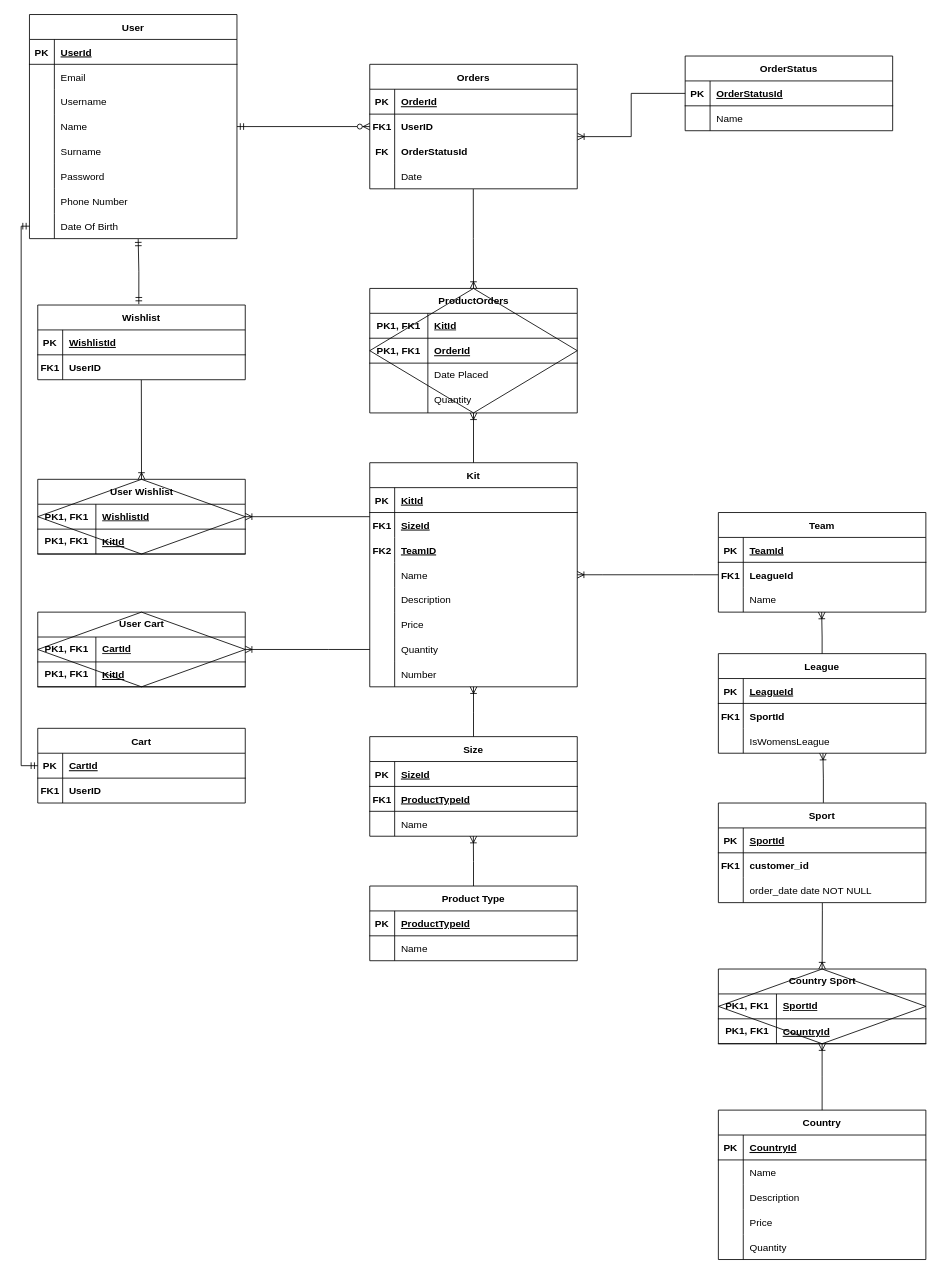
Before: Docs/vintagekitmanERD.drawio in cssedi/vintage-kitman.app, a draw.io diagram. Source tidied: cells renumbered, new cells numbered last; positions are measured from the earlier drawing's top-left corner, leaving out a move shared by most shapes. Both pictures are drawn from the tidied source at 83%, with x=0, y=0 at pixel (29, 14).
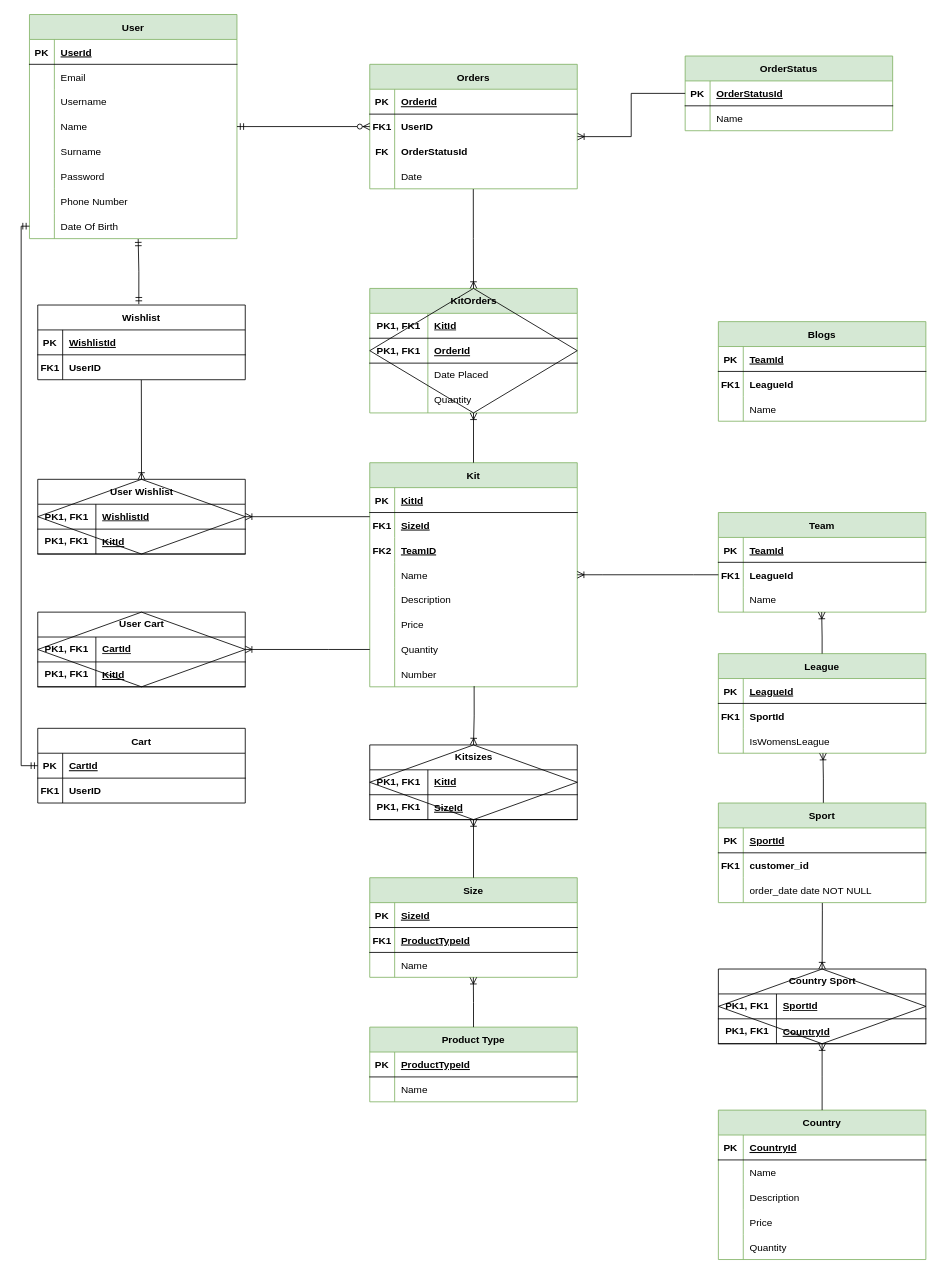
The same page after the edit.

Unchanged cells that the change refers to:
```xml
<mxCell id="62" style="shape=partialRectangle;fillColor=none;points=[[0,0.5],[1,0.5]];portConstraint=eastwest;top=0;left=0;right=0;bottom=0;" parent="40" vertex="1">
  <mxGeometry y="240" width="250" height="30" as="geometry" />
</mxCell>
```

Change to the diagram source:
```diff
@@
-    <mxCell id="2" value="Orders" style="shape=table;startSize=30;childLayout=tableLayout;rowLines=0;fontStyle=1;align=center;" parent="1" vertex="1">
+    <mxCell id="2" value="Orders" style="shape=table;startSize=30;childLayout=tableLayout;rowLines=0;fontStyle=1;align=center;fillColor=#d5e8d4;strokeColor=#82b366;" parent="1" vertex="1">
       <mxGeometry x="410" y="60" width="250" height="150" as="geometry" />
     </mxCell>
@@
-    <mxCell id="15" value="User" style="shape=table;startSize=30;childLayout=tableLayout;rowLines=0;fontStyle=1;align=center;" parent="1" vertex="1">
+    <mxCell id="15" value="User" style="shape=table;startSize=30;childLayout=tableLayout;rowLines=0;fontStyle=1;align=center;fillColor=#d5e8d4;strokeColor=#82b366;" parent="1" vertex="1">
       <mxGeometry width="250" height="270" as="geometry" />
     </mxCell>
@@
-    <mxCell id="40" value="Kit" style="shape=table;startSize=30;childLayout=tableLayout;rowLines=0;fontStyle=1;align=center;" parent="1" vertex="1">
+    <mxCell id="40" value="Kit" style="shape=table;startSize=30;childLayout=tableLayout;rowLines=0;fontStyle=1;align=center;fillColor=#d5e8d4;strokeColor=#82b366;" parent="1" vertex="1">
       <mxGeometry x="410" y="540" width="250" height="270" as="geometry" />
     </mxCell>
@@
-    <mxCell id="65" value="ProductOrders" style="shape=table;startSize=30;childLayout=tableLayout;rowLines=0;fontStyle=1;align=center;html=1;" parent="1" vertex="1">
+    <mxCell id="65" value="KitOrders" style="shape=table;startSize=30;childLayout=tableLayout;rowLines=0;fontStyle=1;align=center;html=1;fillColor=#d5e8d4;strokeColor=#82b366;" parent="1" vertex="1">
       <mxGeometry x="410" y="330" width="250" height="150" as="geometry" />
     </mxCell>
@@
-    <mxCell id="81" value="Sport" style="shape=table;startSize=30;childLayout=tableLayout;rowLines=0;fontStyle=1;align=center;" parent="1" vertex="1">
+    <mxCell id="81" value="Sport" style="shape=table;startSize=30;childLayout=tableLayout;rowLines=0;fontStyle=1;align=center;fillColor=#d5e8d4;strokeColor=#82b366;" parent="1" vertex="1">
       <mxGeometry x="830" y="950" width="250" height="120" as="geometry" />
     </mxCell>
@@
-    <mxCell id="91" value="Country" style="shape=table;startSize=30;childLayout=tableLayout;rowLines=0;fontStyle=1;align=center;" parent="1" vertex="1">
+    <mxCell id="91" value="Country" style="shape=table;startSize=30;childLayout=tableLayout;rowLines=0;fontStyle=1;align=center;fillColor=#d5e8d4;strokeColor=#82b366;" parent="1" vertex="1">
       <mxGeometry x="830" y="1320" width="250" height="180" as="geometry" />
     </mxCell>
@@
-    <mxCell id="117" value="League" style="shape=table;startSize=30;childLayout=tableLayout;rowLines=0;fontStyle=1;align=center;" parent="1" vertex="1">
+    <mxCell id="117" value="League" style="shape=table;startSize=30;childLayout=tableLayout;rowLines=0;fontStyle=1;align=center;fillColor=#d5e8d4;strokeColor=#82b366;" parent="1" vertex="1">
       <mxGeometry x="830" y="770" width="250" height="120" as="geometry" />
     </mxCell>
@@
-    <mxCell id="128" value="Team" style="shape=table;startSize=30;childLayout=tableLayout;rowLines=0;fontStyle=1;align=center;" parent="1" vertex="1">
+    <mxCell id="128" value="Team" style="shape=table;startSize=30;childLayout=tableLayout;rowLines=0;fontStyle=1;align=center;fillColor=#d5e8d4;strokeColor=#82b366;" parent="1" vertex="1">
       <mxGeometry x="830" y="600" width="250" height="120" as="geometry" />
     </mxCell>
@@
-    <mxCell id="138" value="Product Type" style="shape=table;startSize=30;childLayout=tableLayout;rowLines=0;fontStyle=1;align=center;" parent="1" vertex="1">
-      <mxGeometry x="410" y="1050" width="250" height="90" as="geometry" />
+    <mxCell id="138" value="Product Type" style="shape=table;startSize=30;childLayout=tableLayout;rowLines=0;fontStyle=1;align=center;fillColor=#d5e8d4;strokeColor=#82b366;" parent="1" vertex="1">
+      <mxGeometry x="410" y="1220" width="250" height="90" as="geometry" />
     </mxCell>
@@
-    <mxCell id="148" value="OrderStatus" style="shape=table;startSize=30;childLayout=tableLayout;rowLines=0;fontStyle=1;align=center;" parent="1" vertex="1">
+    <mxCell id="148" value="OrderStatus" style="shape=table;startSize=30;childLayout=tableLayout;rowLines=0;fontStyle=1;align=center;fillColor=#d5e8d4;strokeColor=#82b366;" parent="1" vertex="1">
       <mxGeometry x="790" y="50" width="250" height="90" as="geometry" />
     </mxCell>
@@
-    <mxCell id="156" value="Size" style="shape=table;startSize=30;childLayout=tableLayout;rowLines=0;fontStyle=1;align=center;" parent="1" vertex="1">
-      <mxGeometry x="410" y="870" width="250" height="120" as="geometry" />
+    <mxCell id="156" value="Size" style="shape=table;startSize=30;childLayout=tableLayout;rowLines=0;fontStyle=1;align=center;fillColor=#d5e8d4;strokeColor=#82b366;" parent="1" vertex="1">
+      <mxGeometry x="410" y="1040" width="250" height="120" as="geometry" />
     </mxCell>
@@
-    <mxCell id="166" style="edgeStyle=orthogonalEdgeStyle;fontSize=12;html=1;endArrow=ERoneToMany;rounded=0;exitX=0.5;exitY=0;exitDx=0;exitDy=0;" parent="1" edge="1" source="156">
-      <mxGeometry relative="1" as="geometry">
-        <mxPoint x="535" y="810" as="targetPoint" />
-      </mxGeometry>
+    <mxCell id="166" style="edgeStyle=orthogonalEdgeStyle;fontSize=12;html=1;endArrow=ERoneToMany;rounded=0;exitX=0.5;exitY=0;exitDx=0;exitDy=0;entryX=0.5;entryY=1;entryDx=0;entryDy=0;" parent="1" edge="1" source="156" target="220">
+      <mxGeometry relative="1" as="geometry" />
     </mxCell>
     <mxCell id="167" style="edgeStyle=orthogonalEdgeStyle;fontSize=12;html=1;endArrow=ERoneToMany;rounded=0;exitX=0.5;exitY=0;exitDx=0;exitDy=0;" parent="1" edge="1" source="138">
       <mxGeometry relative="1" as="geometry">
-        <mxPoint x="534.8" y="990" as="targetPoint" />
+        <mxPoint x="534.8" y="1160" as="targetPoint" />
       </mxGeometry>
     </mxCell>
@@
+    <mxCell id="211" value="Kitsizes" style="shape=table;startSize=30;childLayout=tableLayout;rowLines=0;fontStyle=1;align=center;html=1;" parent="1" vertex="1">
+      <mxGeometry x="410" y="880" width="250" height="90" as="geometry" />
+    </mxCell>
+    <mxCell id="212" style="shape=tableRow;horizontal=0;startSize=0;swimlaneHead=0;swimlaneBody=0;fillColor=none;top=0;left=0;right=0;bottom=1;" parent="211" vertex="1">
+      <mxGeometry y="30" width="250" height="30" as="geometry" />
+    </mxCell>
+    <mxCell id="213" value="PK1, FK1" style="shape=partialRectangle;fillColor=none;top=0;left=0;bottom=0;right=0;fontStyle=1;overflow=hidden;whiteSpace=wrap;html=1;" parent="212" vertex="1">
+      <mxGeometry width="70" height="30" as="geometry" />
+    </mxCell>
+    <mxCell id="214" value="KitId" style="shape=partialRectangle;fillColor=none;top=0;left=0;bottom=0;right=0;align=left;spacingLeft=6;fontStyle=5;overflow=hidden;whiteSpace=wrap;html=1;" parent="212" vertex="1">
+      <mxGeometry x="70" width="180" height="30" as="geometry" />
+    </mxCell>
+    <mxCell id="215" style="shape=tableRow;horizontal=0;startSize=0;swimlaneHead=0;swimlaneBody=0;fillColor=none;top=0;left=0;right=0;bottom=1;" parent="211" vertex="1">
+      <mxGeometry y="60" width="250" height="30" as="geometry" />
+    </mxCell>
+    <mxCell id="216" style="shape=partialRectangle;fillColor=none;top=0;left=0;bottom=0;right=0;fontStyle=1;overflow=hidden;whiteSpace=wrap;html=1;" parent="215" vertex="1">
+      <mxGeometry width="70" height="30" as="geometry" />
+    </mxCell>
+    <mxCell id="217" style="shape=partialRectangle;fillColor=none;top=0;left=0;bottom=0;right=0;align=left;spacingLeft=6;fontStyle=5;overflow=hidden;whiteSpace=wrap;html=1;" parent="215" vertex="1">
+      <mxGeometry x="70" width="180" height="30" as="geometry" />
+    </mxCell>
+    <mxCell id="218" value="PK1, FK1" style="shape=partialRectangle;fillColor=none;top=0;left=0;bottom=0;right=0;fontStyle=1;overflow=hidden;whiteSpace=wrap;html=1;" parent="1" vertex="1">
+      <mxGeometry x="410" y="940" width="70" height="30" as="geometry" />
+    </mxCell>
+    <mxCell id="219" value="SizeId" style="shape=partialRectangle;overflow=hidden;fillColor=none;top=0;left=0;bottom=0;right=0;align=left;spacingLeft=6;fontStyle=5;" parent="1" vertex="1">
+      <mxGeometry x="480" y="940" width="180" height="30" as="geometry" />
+    </mxCell>
+    <mxCell id="220" style="shape=rhombus;perimeter=rhombusPerimeter;whiteSpace=wrap;html=1;align=center;fillColor=none;" parent="1" vertex="1">
+      <mxGeometry x="410" y="880" width="250" height="90" as="geometry" />
+    </mxCell>
+    <mxCell id="221" style="edgeStyle=orthogonalEdgeStyle;fontSize=12;html=1;endArrow=ERoneToMany;rounded=0;exitX=0.503;exitY=0.973;exitDx=0;exitDy=0;entryX=0.5;entryY=0;entryDx=0;entryDy=0;exitPerimeter=0;" parent="1" edge="1" source="62" target="220">
+      <mxGeometry relative="1" as="geometry" />
+    </mxCell>
+    <mxCell id="222" value="Blogs" style="shape=table;startSize=30;childLayout=tableLayout;rowLines=0;fontStyle=1;align=center;fillColor=#d5e8d4;strokeColor=#82b366;" parent="1" vertex="1">
+      <mxGeometry x="830" y="370" width="250" height="120" as="geometry" />
+    </mxCell>
+    <mxCell id="223" style="shape=partialRectangle;fillColor=none;top=0;left=0;right=0;bottom=1;" parent="222" vertex="1">
+      <mxGeometry y="30" width="250" height="30" as="geometry" />
+    </mxCell>
+    <mxCell id="224" value="PK" style="shape=partialRectangle;overflow=hidden;fillColor=none;top=0;left=0;bottom=0;right=0;fontStyle=1;" parent="223" vertex="1">
+      <mxGeometry width="30" height="30" as="geometry" />
+    </mxCell>
+    <mxCell id="225" value="TeamId" style="shape=partialRectangle;overflow=hidden;fillColor=none;top=0;left=0;bottom=0;right=0;align=left;spacingLeft=6;fontStyle=5;" parent="223" vertex="1">
+      <mxGeometry x="30" width="220" height="30" as="geometry" />
+    </mxCell>
+    <mxCell id="226" style="shape=partialRectangle;fillColor=none;top=0;left=0;right=0;bottom=0;" parent="222" vertex="1">
+      <mxGeometry y="60" width="250" height="30" as="geometry" />
+    </mxCell>
+    <mxCell id="227" value="FK1" style="shape=partialRectangle;overflow=hidden;fillColor=none;top=0;left=0;bottom=0;right=0;fontStyle=1;" parent="226" vertex="1">
+      <mxGeometry width="30" height="30" as="geometry" />
+    </mxCell>
+    <mxCell id="228" value="LeagueId" style="shape=partialRectangle;overflow=hidden;fillColor=none;top=0;left=0;bottom=0;right=0;align=left;spacingLeft=6;fontStyle=1;" parent="226" vertex="1">
+      <mxGeometry x="30" width="220" height="30" as="geometry" />
+    </mxCell>
+    <mxCell id="229" style="shape=partialRectangle;fillColor=none;top=0;left=0;right=0;bottom=0;" parent="222" vertex="1">
+      <mxGeometry y="90" width="250" height="30" as="geometry" />
+    </mxCell>
+    <mxCell id="230" style="shape=partialRectangle;overflow=hidden;fillColor=none;top=0;left=0;bottom=0;right=0;" parent="229" vertex="1">
+      <mxGeometry width="30" height="30" as="geometry" />
+    </mxCell>
+    <mxCell id="231" value="Name" style="shape=partialRectangle;overflow=hidden;fillColor=none;top=0;left=0;bottom=0;right=0;align=left;spacingLeft=6;" parent="229" vertex="1">
+      <mxGeometry x="30" width="220" height="30" as="geometry" />
+    </mxCell>
```
